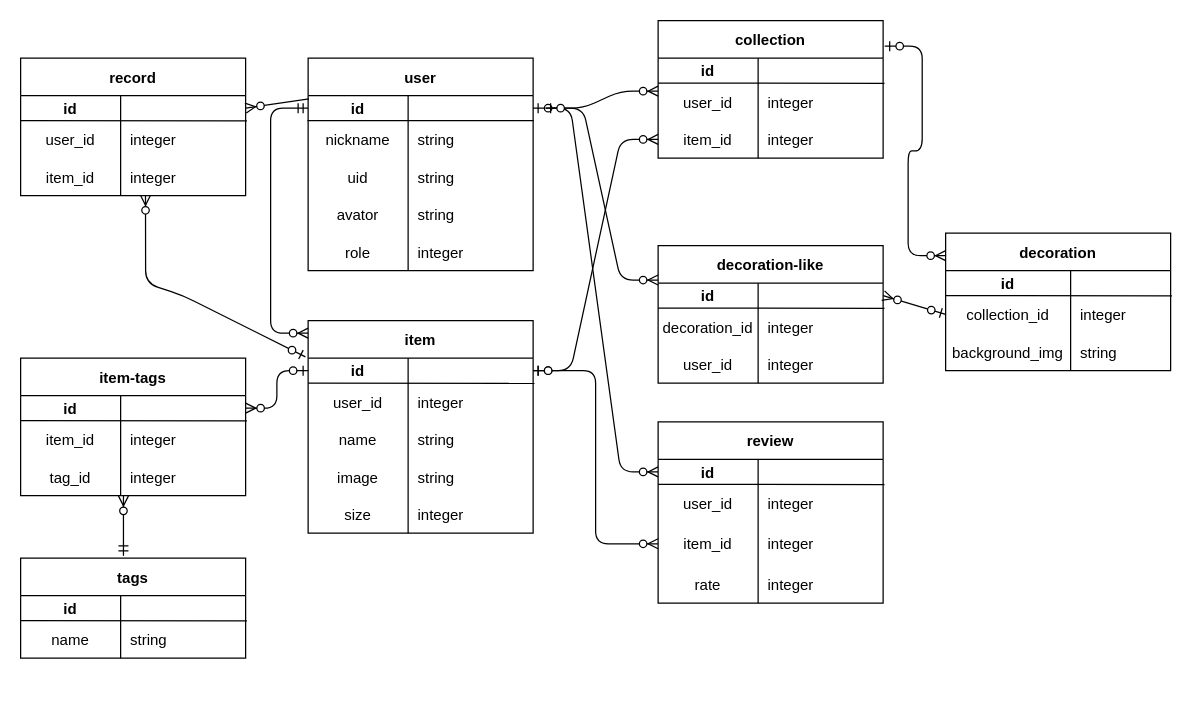
Earlier version of the draw.io diagram pf.dio (MIDO-ruby7/boozefolio). Source tidied: cells renumbered, new cells numbered last; positions are measured from the earlier drawing's top-left corner, leaving out a move shared by most shapes. Both pictures are drawn from the tidied source at 125%, with x=0, y=0 at pixel (20, 20).
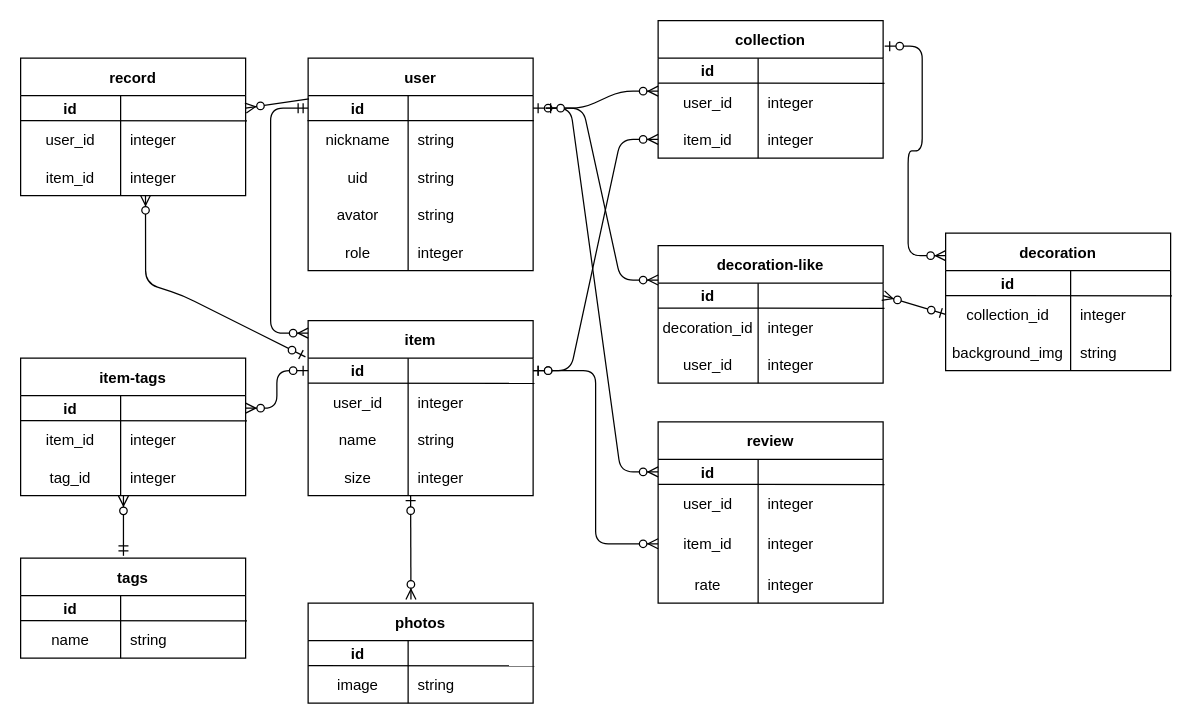
The same page after the edit.

Commit message:
🦍Change:itemsテーブルからimageカラムを削除し、imagesテーブルとして正規化

Change to the diagram source:
```diff
@@
     <mxCell id="18" value="item" style="shape=table;startSize=30;childLayout=tableLayout;rowLines=0;fontStyle=1;align=center;" parent="1" vertex="1">
-      <mxGeometry x="230" y="240" width="180" height="170" as="geometry" />
+      <mxGeometry x="230" y="240" width="180" height="140" as="geometry" />
     </mxCell>
@@
-    <mxCell id="28" style="shape=tableRow;horizontal=0;startSize=0;swimlaneHead=0;swimlaneBody=0;fillColor=none;top=0;left=0;right=0;bottom=0;" parent="18" vertex="1">
-      <mxGeometry y="110" width="180" height="30" as="geometry" />
-    </mxCell>
-    <mxCell id="29" value="image" style="shape=partialRectangle;fillColor=none;top=0;left=0;bottom=0;right=0;overflow=hidden;" parent="28" vertex="1">
-      <mxGeometry width="80" height="30" as="geometry" />
-    </mxCell>
-    <mxCell id="30" value="string" style="shape=partialRectangle;fillColor=none;top=0;left=0;bottom=0;right=0;align=left;spacingLeft=6;overflow=hidden;" parent="28" vertex="1">
-      <mxGeometry x="80" width="100" height="30" as="geometry" />
-    </mxCell>
     <mxCell id="31" style="shape=tableRow;horizontal=0;startSize=0;swimlaneHead=0;swimlaneBody=0;fillColor=none;top=0;left=0;right=0;bottom=0;" parent="18" vertex="1">
-      <mxGeometry y="140" width="180" height="30" as="geometry" />
+      <mxGeometry y="110" width="180" height="30" as="geometry" />
     </mxCell>
@@
+    <mxCell id="124" value="photos" style="shape=table;startSize=30;childLayout=tableLayout;rowLines=0;fontStyle=1;align=center;" parent="1" vertex="1">
+      <mxGeometry x="230" y="466" width="180" height="80" as="geometry" />
+    </mxCell>
+    <mxCell id="125" style="shape=tableRow;horizontal=0;startSize=0;swimlaneHead=0;swimlaneBody=0;fillColor=none;top=0;left=0;right=0;bottom=0;" parent="124" vertex="1">
+      <mxGeometry y="30" width="180" height="20" as="geometry" />
+    </mxCell>
+    <mxCell id="126" value="id" style="shape=partialRectangle;fillColor=none;top=0;left=0;bottom=0;right=0;fontStyle=1;overflow=hidden;strokeColor=#FFFFFF;" parent="125" vertex="1">
+      <mxGeometry width="80" height="20" as="geometry" />
+    </mxCell>
+    <mxCell id="127" style="shape=partialRectangle;fillColor=none;top=0;left=0;bottom=0;right=0;align=left;spacingLeft=6;fontStyle=5;overflow=hidden;strokeColor=#FFFFFF;" parent="125" vertex="1">
+      <mxGeometry x="80" width="100" height="20" as="geometry" />
+    </mxCell>
+    <mxCell id="128" style="shape=tableRow;horizontal=0;startSize=0;swimlaneHead=0;swimlaneBody=0;fillColor=none;points=[[0,0.5],[1,0.5]];portConstraint=eastwest;top=0;left=0;right=0;bottom=0;" parent="124" vertex="1">
+      <mxGeometry y="50" width="180" height="30" as="geometry" />
+    </mxCell>
+    <mxCell id="29" value="image" style="shape=partialRectangle;fillColor=none;top=0;left=0;bottom=0;right=0;overflow=hidden;strokeColor=#F0F0F0;" parent="128" vertex="1">
+      <mxGeometry width="80" height="30" as="geometry" />
+    </mxCell>
+    <mxCell id="30" value="string" style="shape=partialRectangle;fillColor=none;top=0;left=0;bottom=0;right=0;align=left;spacingLeft=6;overflow=hidden;strokeColor=#F0F0F0;" parent="128" vertex="1">
+      <mxGeometry x="80" width="100" height="30" as="geometry" />
+    </mxCell>
+    <mxCell id="129" style="endArrow=none;html=1;fontSize=8;entryX=1.006;entryY=0.006;entryDx=0;entryDy=0;entryPerimeter=0;" parent="124" edge="1" target="128">
+      <mxGeometry relative="1" as="geometry">
+        <mxPoint y="50" as="sourcePoint" />
+      </mxGeometry>
+    </mxCell>
+    <mxCell id="130" style="fontSize=12;html=1;endArrow=ERzeroToMany;startArrow=ERzeroToOne;entryX=0.457;entryY=-0.037;entryDx=0;entryDy=0;entryPerimeter=0;" parent="1" edge="1" target="124">
+      <mxGeometry relative="1" as="geometry">
+        <mxPoint x="312" y="380" as="sourcePoint" />
+      </mxGeometry>
+    </mxCell>
```
